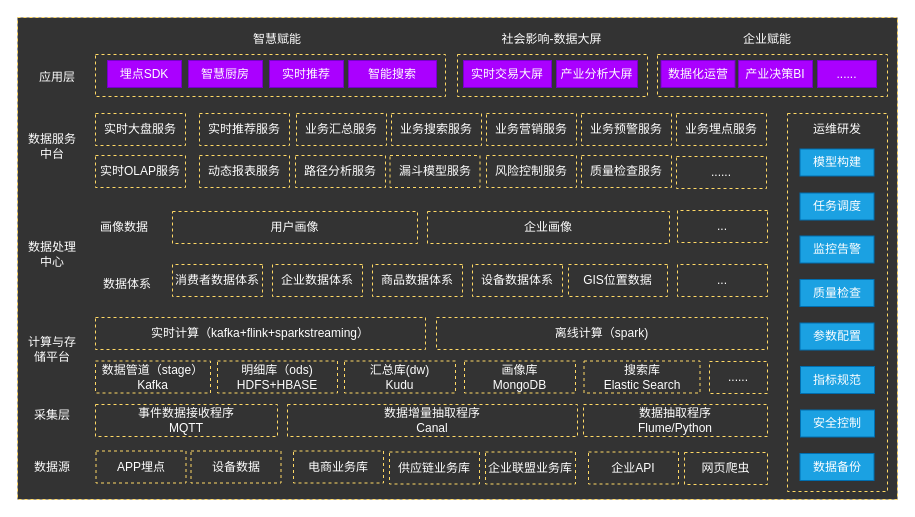
This is page "data-c" (5 of 5) of cgc/cgc-framework.drawio from kinvensan/drawio, a draw.io file, before an edit. Source tidied: cells renumbered, new cells numbered last; positions are measured from the earlier drawing's top-left corner, leaving out a move shared by most shapes. Both pictures are drawn from the tidied source at 100%, with x=0, y=0 at pixel (17, 17).
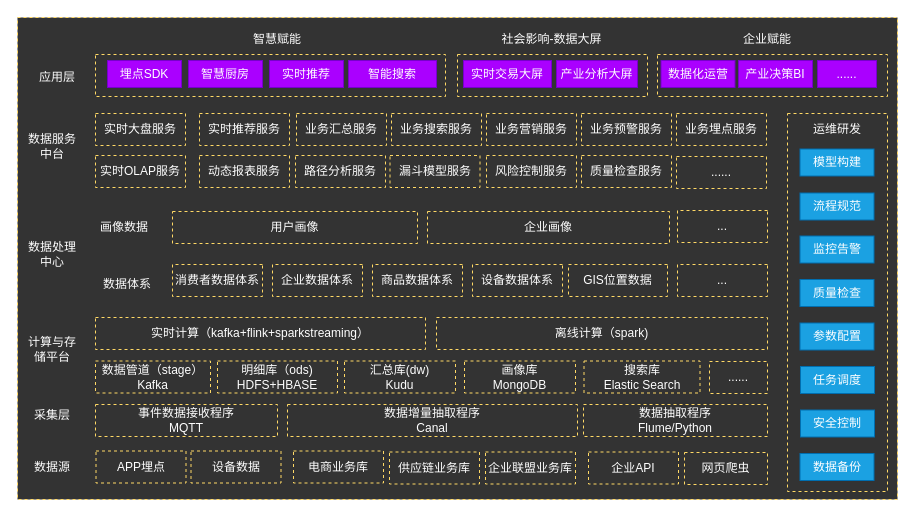
The same diagram, later.

What changed in the source:
```diff
@@
-    <mxCell id="53" value="任务调度" style="rounded=0;whiteSpace=wrap;html=1;strokeColor=#006EAF;fillColor=#1ba1e2;fontColor=#ffffff;" parent="1" vertex="1">
+    <mxCell id="53" value="流程规范" style="rounded=0;whiteSpace=wrap;html=1;strokeColor=#006EAF;fillColor=#1ba1e2;fontColor=#ffffff;" parent="1" vertex="1">
       <mxGeometry x="782.5" y="175.5" width="74" height="27" as="geometry" />
     </mxCell>
@@
-    <mxCell id="67" value="指标规范" style="rounded=0;whiteSpace=wrap;html=1;strokeColor=#006EAF;fillColor=#1ba1e2;fontColor=#ffffff;" parent="1" vertex="1">
+    <mxCell id="67" value="任务调度" style="rounded=0;whiteSpace=wrap;html=1;strokeColor=#006EAF;fillColor=#1ba1e2;fontColor=#ffffff;" parent="1" vertex="1">
       <mxGeometry x="783" y="349" width="74" height="27" as="geometry" />
     </mxCell>
```
